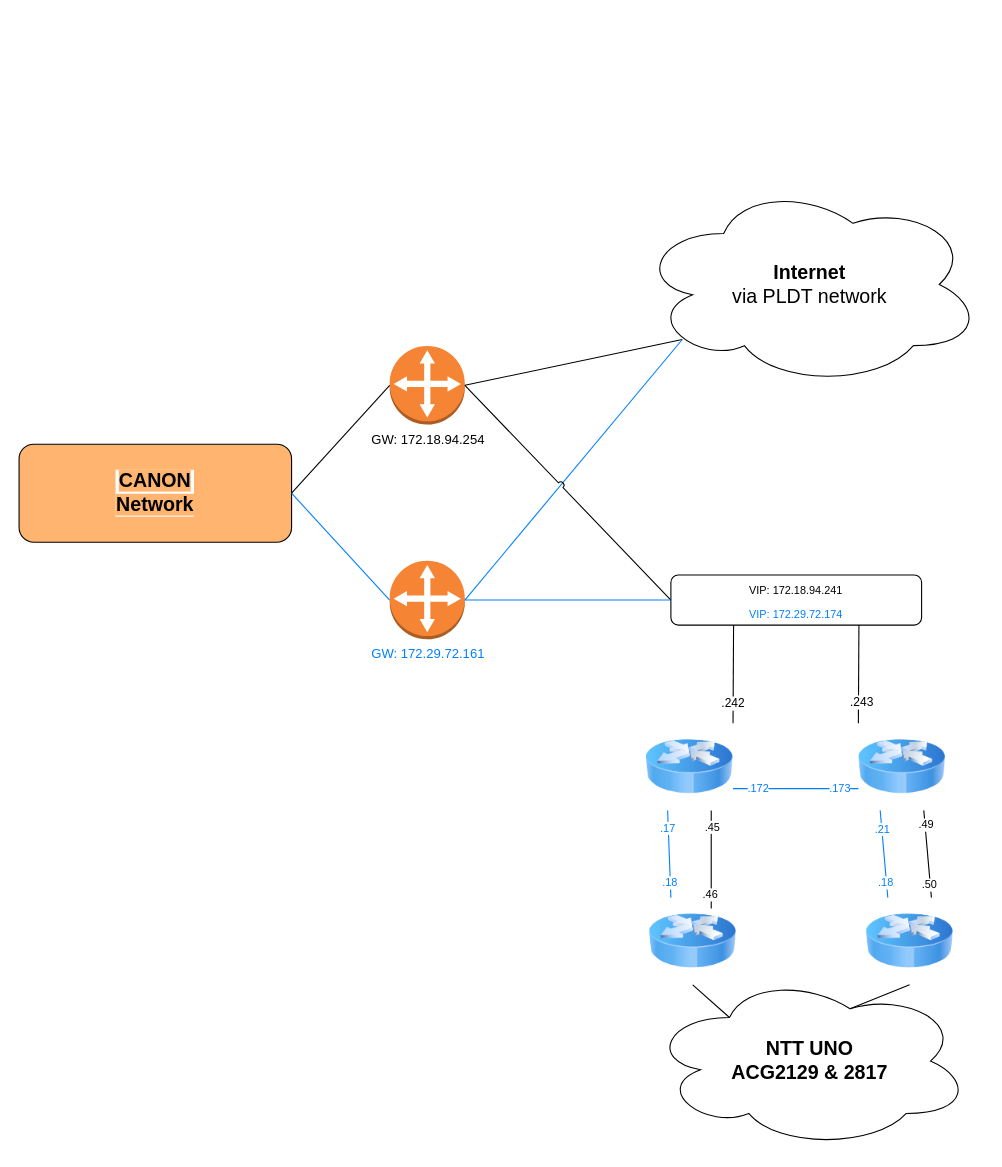
Before: Canon-mind draw-topology.drawio in henry1212/henry1212.github.io, a draw.io diagram. Source tidied: cells renumbered, new cells numbered last; positions are measured from the earlier drawing's top-left corner, leaving out a move shared by most shapes. Both pictures are drawn from the tidied source at 109%, with x=0, y=0 at pixel (19, 182).
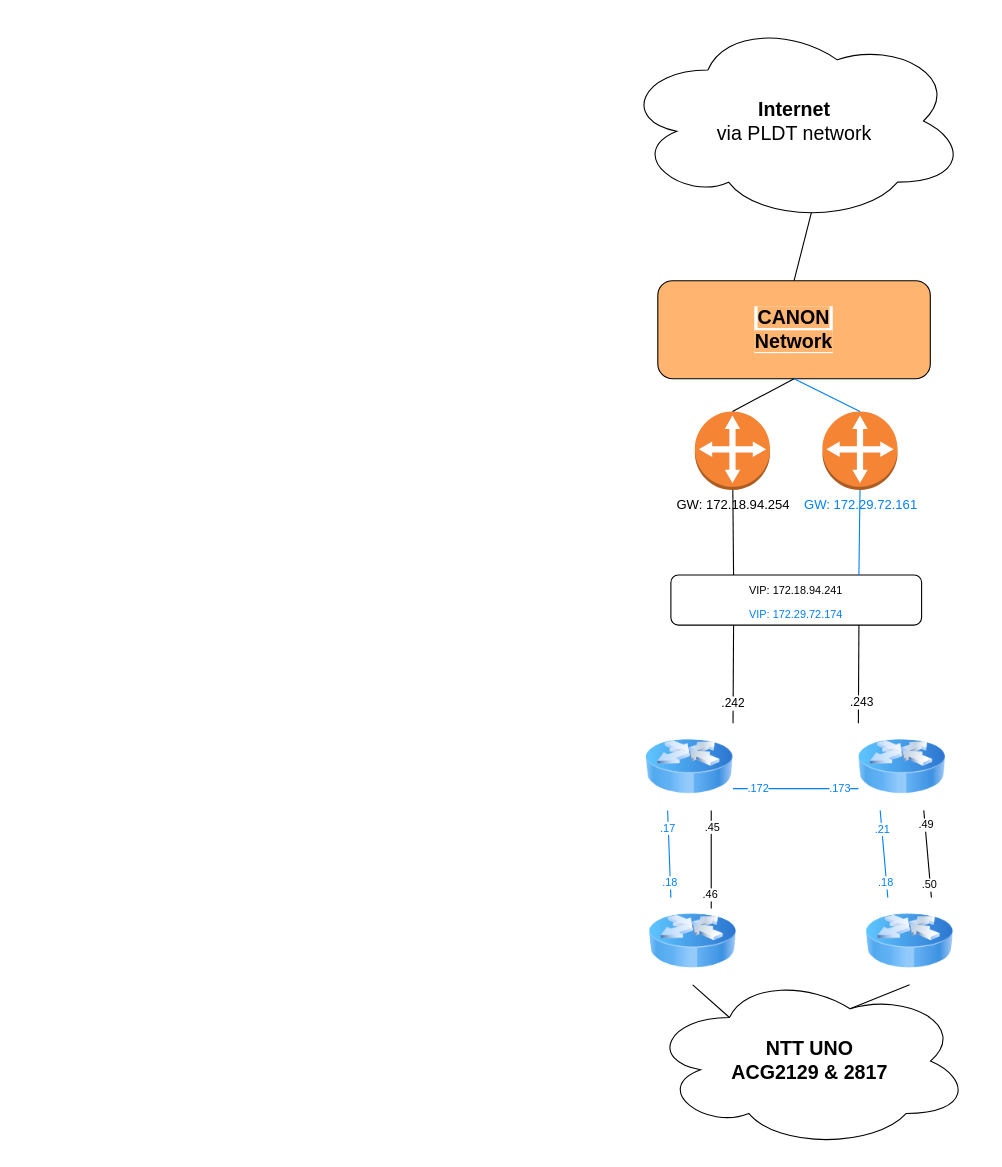
The same page after the edit.

Commit message:
reverse back

The change refers to these unchanged cells:
```xml
<mxCell id="11" value="&lt;font style=&quot;font-size: 10px;&quot;&gt;VIP: 172.18.94.241&lt;br&gt;&lt;font color=&quot;#007fff&quot;&gt;VIP: 172.29.72.174&lt;/font&gt;&lt;br&gt;&lt;/font&gt;" style="rounded=1;whiteSpace=wrap;html=1;labelBackgroundColor=#FFFFFF;fontSize=18;fontColor=#000000;" parent="1" vertex="1">
  <mxGeometry x="598" y="360" width="230" height="46" as="geometry" />
</mxCell>
```

Change to the diagram source:
```diff
@@
     <mxCell id="2" value="&lt;font style=&quot;font-size: 18px;&quot;&gt;&lt;b&gt;Internet&lt;/b&gt;&lt;br&gt;via PLDT network&lt;br&gt;&lt;/font&gt;" style="ellipse;shape=cloud;whiteSpace=wrap;html=1;" parent="1" vertex="1">
-      <mxGeometry x="567.3" width="316.5" height="187" as="geometry" />
+      <mxGeometry x="552.8" y="-150" width="316.5" height="187" as="geometry" />
     </mxCell>
@@
     <mxCell id="8" value="GW:&amp;nbsp;172.18.94.254" style="outlineConnect=0;dashed=0;verticalLabelPosition=bottom;verticalAlign=top;align=center;html=1;shape=mxgraph.aws3.customer_gateway;fillColor=#F58534;gradientColor=none;" parent="1" vertex="1">
-      <mxGeometry x="340" y="150" width="69" height="72" as="geometry" />
+      <mxGeometry x="620" y="210" width="69" height="72" as="geometry" />
     </mxCell>
     <mxCell id="9" value="&lt;font style=&quot;background-color: rgb(255, 255, 255);&quot; color=&quot;#007fff&quot;&gt;GW:&amp;nbsp;172.29.72.161&lt;/font&gt;" style="outlineConnect=0;dashed=0;verticalLabelPosition=bottom;verticalAlign=top;align=center;html=1;shape=mxgraph.aws3.customer_gateway;fillColor=#F58534;gradientColor=none;" parent="1" vertex="1">
-      <mxGeometry x="340" y="347" width="69" height="72" as="geometry" />
+      <mxGeometry x="737" y="210" width="69" height="72" as="geometry" />
     </mxCell>
@@
-    <mxCell id="12" style="edgeStyle=none;rounded=0;jettySize=auto;html=1;entryX=0.13;entryY=0.77;entryDx=0;entryDy=0;strokeColor=#000000;fontSize=10;fontColor=#007FFF;endArrow=none;endFill=0;entryPerimeter=0;exitX=1;exitY=0.5;exitDx=0;exitDy=0;exitPerimeter=0;" parent="1" edge="1" source="8" target="2">
-      <mxGeometry relative="1" as="geometry" />
-    </mxCell>
     <mxCell id="13" value="&lt;span style=&quot;font-size: 18px; background-color: rgb(255, 181, 112);&quot;&gt;&lt;b&gt;CANON&lt;br&gt;Network&lt;/b&gt;&lt;/span&gt;" style="rounded=1;whiteSpace=wrap;html=1;labelBackgroundColor=#FFFFFF;strokeColor=#000000;fontSize=10;fontColor=#000000;fillColor=#FFB570;" parent="1" vertex="1">
-      <mxGeometry y="240" width="250" height="90" as="geometry" />
+      <mxGeometry x="586" y="90" width="250" height="90" as="geometry" />
     </mxCell>
@@
-    <mxCell id="32" style="edgeStyle=none;rounded=0;jettySize=auto;html=1;strokeColor=#007FFF;fontSize=10;fontColor=#007FFF;endArrow=none;endFill=0;exitX=1;exitY=0.5;exitDx=0;exitDy=0;exitPerimeter=0;entryX=0.13;entryY=0.77;entryDx=0;entryDy=0;entryPerimeter=0;jumpStyle=arc;" parent="1" edge="1" source="9" target="2">
-      <mxGeometry relative="1" as="geometry" />
-    </mxCell>
-    <mxCell id="33" style="edgeStyle=none;rounded=0;jettySize=auto;html=1;entryX=1;entryY=0.5;entryDx=0;entryDy=0;strokeColor=#000000;fontSize=10;fontColor=#007FFF;endArrow=none;endFill=0;entryPerimeter=0;exitX=0;exitY=0.5;exitDx=0;exitDy=0;jumpStyle=arc;" parent="1" edge="1" source="11" target="8">
-      <mxGeometry relative="1" as="geometry" />
-    </mxCell>
-    <mxCell id="34" style="edgeStyle=none;rounded=0;jettySize=auto;html=1;entryX=0;entryY=0.5;entryDx=0;entryDy=0;strokeColor=#000000;fontSize=10;fontColor=#007FFF;endArrow=none;endFill=0;entryPerimeter=0;exitX=1;exitY=0.5;exitDx=0;exitDy=0;" parent="1" edge="1" source="13" target="8">
+    <mxCell id="34" style="edgeStyle=none;rounded=0;jettySize=auto;html=1;entryX=0.5;entryY=0;entryDx=0;entryDy=0;strokeColor=#000000;fontSize=10;fontColor=#007FFF;endArrow=none;endFill=0;entryPerimeter=0;exitX=0.5;exitY=1;exitDx=0;exitDy=0;" parent="1" edge="1" source="13" target="8">
       <mxGeometry relative="1" as="geometry" />
     </mxCell>
-    <mxCell id="35" style="edgeStyle=none;rounded=0;jettySize=auto;html=1;strokeColor=#007FFF;fontSize=10;fontColor=#007FFF;endArrow=none;endFill=0;exitX=1;exitY=0.5;exitDx=0;exitDy=0;entryX=0;entryY=0.5;entryDx=0;entryDy=0;entryPerimeter=0;" parent="1" edge="1" source="13" target="9">
+    <mxCell id="35" style="edgeStyle=none;rounded=0;jettySize=auto;html=1;strokeColor=#007FFF;fontSize=10;fontColor=#007FFF;endArrow=none;endFill=0;exitX=0.5;exitY=1;exitDx=0;exitDy=0;entryX=0.5;entryY=0;entryDx=0;entryDy=0;entryPerimeter=0;" parent="1" edge="1" source="13" target="9">
       <mxGeometry relative="1" as="geometry" />
     </mxCell>
-    <mxCell id="36" style="edgeStyle=none;rounded=0;jettySize=auto;html=1;strokeColor=#007FFF;fontSize=10;fontColor=#007FFF;endArrow=none;endFill=0;exitX=1;exitY=0.5;exitDx=0;exitDy=0;exitPerimeter=0;entryX=0;entryY=0.5;entryDx=0;entryDy=0;" parent="1" edge="1" source="9" target="11">
-      <mxGeometry relative="1" as="geometry" />
-    </mxCell>
@@
+    <mxCell id="39" style="edgeStyle=none;rounded=0;jettySize=auto;html=1;entryX=0.5;entryY=0;entryDx=0;entryDy=0;strokeColor=#000000;fontSize=10;fontColor=#007FFF;endArrow=none;endFill=0;exitX=0.55;exitY=0.95;exitDx=0;exitDy=0;exitPerimeter=0;" parent="1" edge="1" source="2" target="13">
+      <mxGeometry relative="1" as="geometry" />
+    </mxCell>
+    <mxCell id="33" style="edgeStyle=none;rounded=0;jettySize=auto;html=1;strokeColor=#000000;fontSize=10;fontColor=#007FFF;endArrow=none;endFill=0;exitX=0.25;exitY=0;exitDx=0;exitDy=0;" parent="1" edge="1" source="11" target="8">
+      <mxGeometry relative="1" as="geometry" />
+    </mxCell>
+    <mxCell id="36" style="edgeStyle=none;rounded=0;jettySize=auto;html=1;strokeColor=#007FFF;fontSize=10;fontColor=#007FFF;endArrow=none;endFill=0;entryX=0.75;entryY=0;entryDx=0;entryDy=0;exitX=0.5;exitY=1;exitDx=0;exitDy=0;exitPerimeter=0;" parent="1" edge="1" source="9" target="11">
+      <mxGeometry relative="1" as="geometry" />
+    </mxCell>
```
